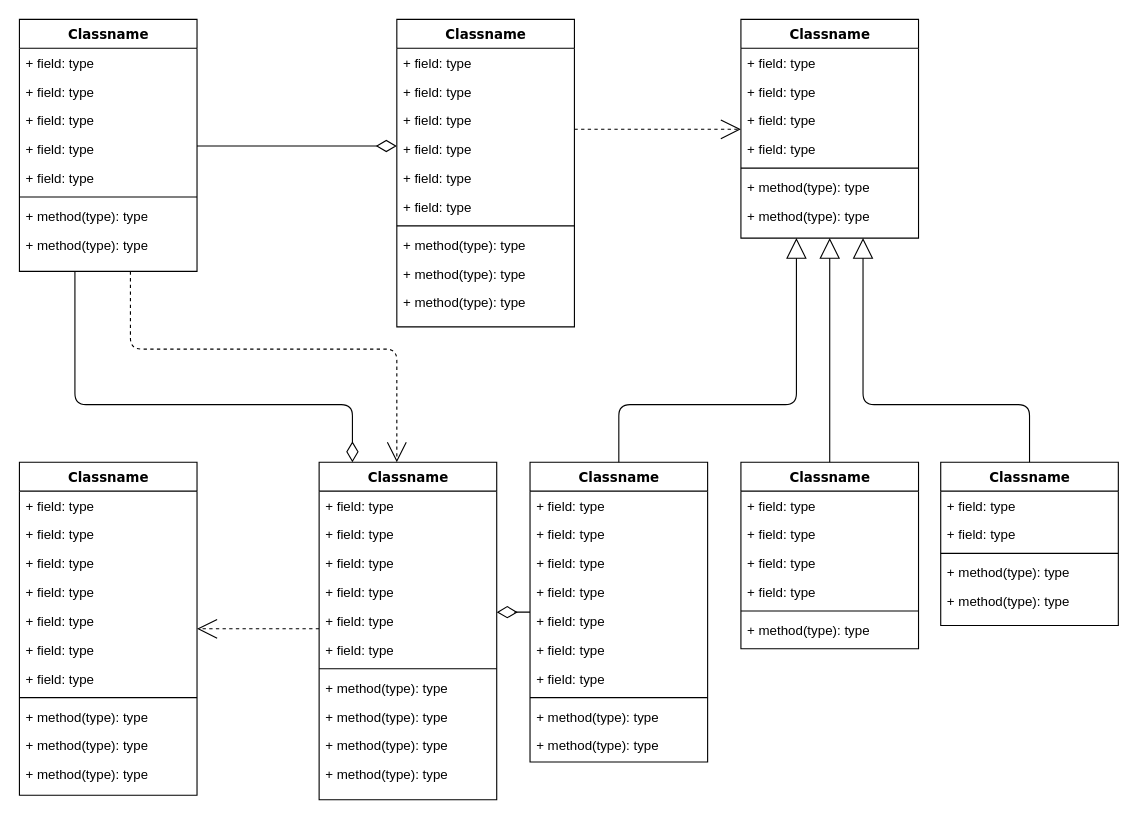
Earlier version of the draw.io diagram Untitled Diagram.drawio (StanislawGlegola/dev-shop). Source tidied: cells renumbered, new cells numbered last; positions are measured from the earlier drawing's top-left corner, leaving out a move shared by most shapes. Both pictures are drawn from the tidied source at 111%, with x=0, y=0 at pixel (19, 19).
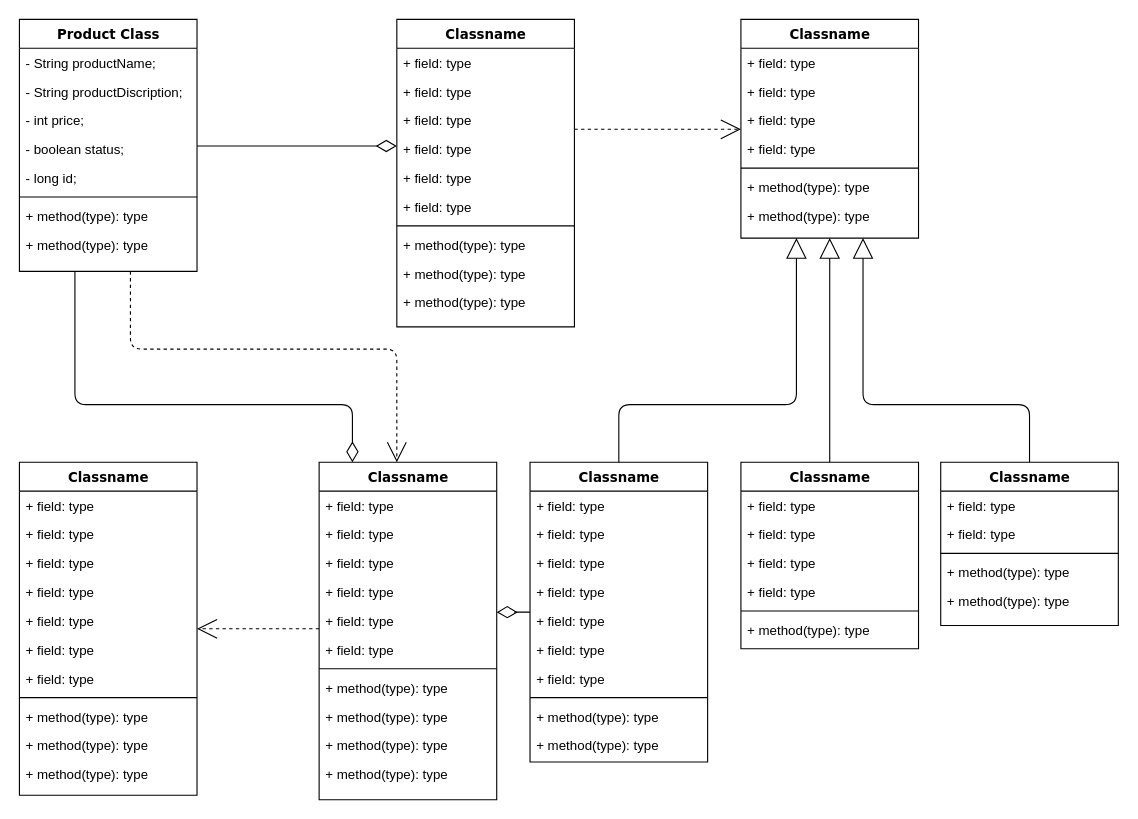
After the change.

The edit, as a diff of the source:
```diff
@@
-    <mxCell id="4" value="Classname" style="swimlane;html=1;fontStyle=1;align=center;verticalAlign=top;horizontal=1;startSize=26;swimlaneFillColor=#ffffff;rounded=0;shadow=0;comic=0;labelBackgroundColor=none;strokeColor=#000000;strokeWidth=1;fillColor=none;fontFamily=Verdana;fontSize=12;fontColor=#000000;" parent="1" vertex="1">
+    <mxCell id="4" value="Product Class" style="swimlane;html=1;fontStyle=1;align=center;verticalAlign=top;horizontal=1;startSize=26;swimlaneFillColor=#ffffff;rounded=0;shadow=0;comic=0;labelBackgroundColor=none;strokeColor=#000000;strokeWidth=1;fillColor=none;fontFamily=Verdana;fontSize=12;fontColor=#000000;" parent="1" vertex="1">
       <mxGeometry width="160" height="227" as="geometry" />
     </mxCell>
-    <mxCell id="5" value="+ field: type" style="text;html=1;strokeColor=none;fillColor=none;align=left;verticalAlign=top;spacingLeft=4;spacingRight=4;whiteSpace=wrap;overflow=hidden;" parent="4" vertex="1">
+    <mxCell id="5" value="- String productName;" style="text;html=1;strokeColor=none;fillColor=none;align=left;verticalAlign=top;spacingLeft=4;spacingRight=4;whiteSpace=wrap;overflow=hidden;" parent="4" vertex="1">
       <mxGeometry y="26" width="160" height="26" as="geometry" />
     </mxCell>
-    <mxCell id="6" value="+ field: type" style="text;html=1;strokeColor=none;fillColor=none;align=left;verticalAlign=top;spacingLeft=4;spacingRight=4;whiteSpace=wrap;overflow=hidden;" parent="4" vertex="1">
+    <mxCell id="6" value="- String productDiscription;" style="text;html=1;strokeColor=none;fillColor=none;align=left;verticalAlign=top;spacingLeft=4;spacingRight=4;whiteSpace=wrap;overflow=hidden;" parent="4" vertex="1">
       <mxGeometry y="52" width="160" height="26" as="geometry" />
     </mxCell>
-    <mxCell id="7" value="+ field: type" style="text;html=1;strokeColor=none;fillColor=none;align=left;verticalAlign=top;spacingLeft=4;spacingRight=4;whiteSpace=wrap;overflow=hidden;" parent="4" vertex="1">
+    <mxCell id="7" value="- int price;" style="text;html=1;strokeColor=none;fillColor=none;align=left;verticalAlign=top;spacingLeft=4;spacingRight=4;whiteSpace=wrap;overflow=hidden;" parent="4" vertex="1">
       <mxGeometry y="78" width="160" height="26" as="geometry" />
     </mxCell>
-    <mxCell id="8" value="+ field: type" style="text;html=1;strokeColor=none;fillColor=none;align=left;verticalAlign=top;spacingLeft=4;spacingRight=4;whiteSpace=wrap;overflow=hidden;" parent="4" vertex="1">
+    <mxCell id="8" value="- boolean status;" style="text;html=1;strokeColor=none;fillColor=none;align=left;verticalAlign=top;spacingLeft=4;spacingRight=4;whiteSpace=wrap;overflow=hidden;" parent="4" vertex="1">
       <mxGeometry y="104" width="160" height="26" as="geometry" />
     </mxCell>
-    <mxCell id="9" value="+ field: type" style="text;html=1;strokeColor=none;fillColor=none;align=left;verticalAlign=top;spacingLeft=4;spacingRight=4;whiteSpace=wrap;overflow=hidden;" parent="4" vertex="1">
+    <mxCell id="9" value="- long id;" style="text;html=1;strokeColor=none;fillColor=none;align=left;verticalAlign=top;spacingLeft=4;spacingRight=4;whiteSpace=wrap;overflow=hidden;" parent="4" vertex="1">
       <mxGeometry y="130" width="160" height="26" as="geometry" />
     </mxCell>
```
